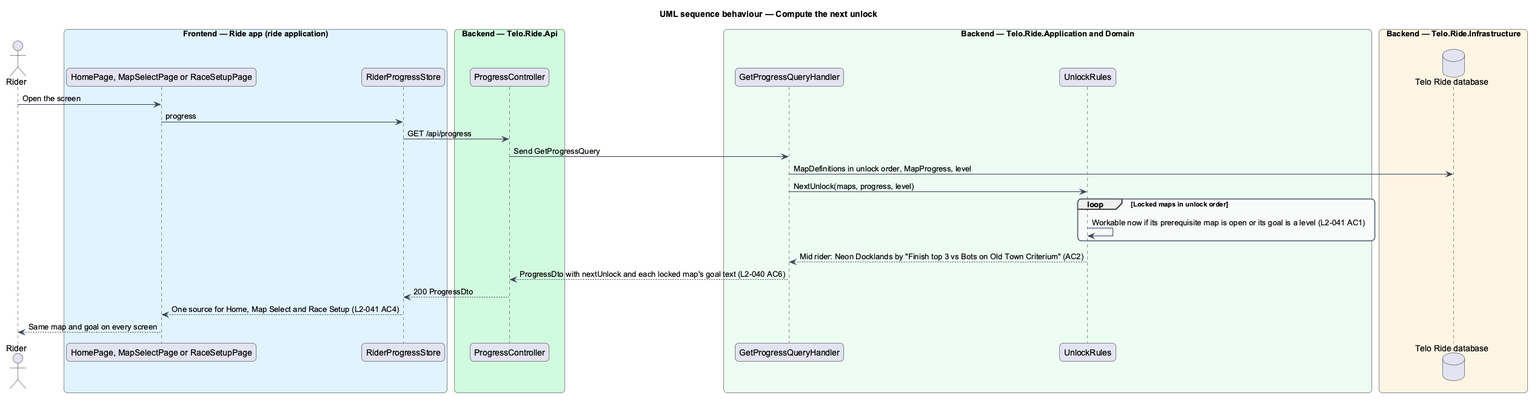
QuinntyneBrown/ride-one keeps this PlantUML diagram as docs/detailed-designs/progression/earn-stars-and-unlock-maps/diagrams/sequence-next-unlock.png. Above is the earlier version. The source it was exported from:
```plantuml
@startuml
title UML sequence behaviour — Compute the next unlock
skinparam backgroundColor #FFFFFF
skinparam shadowing false
skinparam roundcorner 12
skinparam defaultFontName Arial
skinparam ArrowColor #344054
skinparam rectangle {
  BorderColor #344054
  FontColor #101828
}
skinparam package {
  BorderColor #667085
  FontColor #101828
  BackgroundColor #F9FAFB
}
actor "Rider" as actor
box "Frontend — Ride app (ride application)" #E0F2FE
  participant "HomePage, MapSelectPage or RaceSetupPage" as page
  participant "RiderProgressStore" as store
end box
box "Backend — Telo.Ride.Api" #D1FADF
  participant "ProgressController" as ctrl
end box
box "Backend — Telo.Ride.Application and Domain" #ECFDF3
  participant "GetProgressQueryHandler" as handler
  participant "UnlockRules" as unlocks
end box
box "Backend — Telo.Ride.Infrastructure" #FFF4E5
  database "Telo Ride database" as db
end box
actor -> page : Open the screen
page -> store : progress
store -> ctrl : GET /api/progress
ctrl -> handler : Send GetProgressQuery
handler -> db : MapDefinitions in unlock order, MapProgress, level
handler -> unlocks : NextUnlock(maps, progress, level)
loop Locked maps in unlock order
  unlocks -> unlocks : Workable now if its prerequisite map is open or its goal is a level (L2-041 AC1)
end
unlocks --> handler : Mid rider: Neon Docklands by "Finish top 3 vs Bots on Old Town Criterium" (AC2)
handler --> ctrl : ProgressDto with nextUnlock and each locked map's goal text (L2-040 AC6)
ctrl --> store : 200 ProgressDto
store --> page : One source for Home, Map Select and Race Setup (L2-041 AC4)
page --> actor : Same map and goal on every screen
@enduml
```
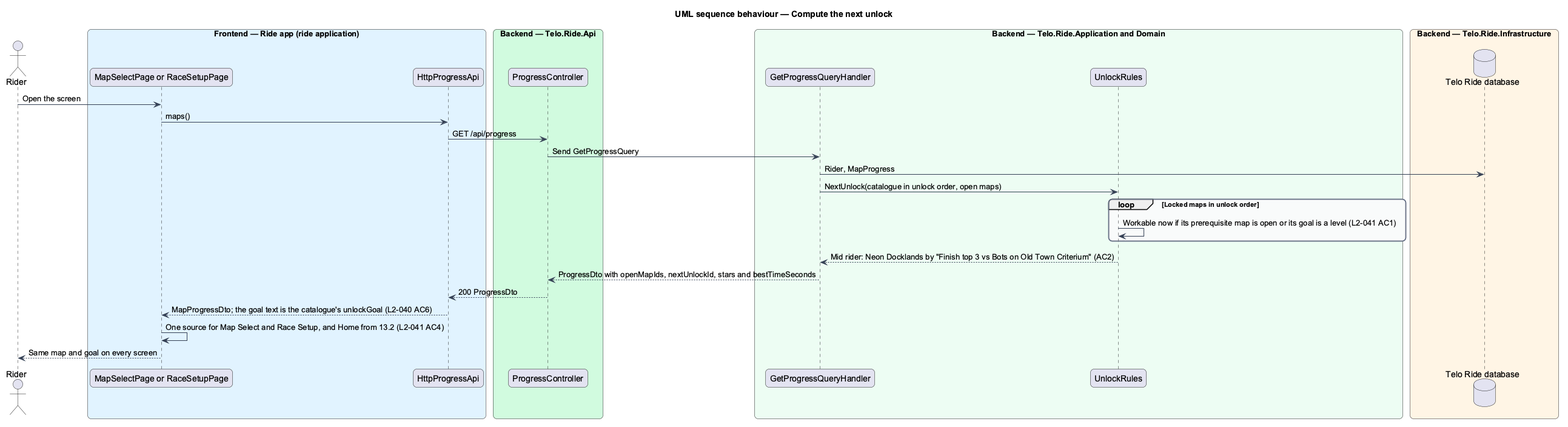
The same diagram one commit later.

Commit message:
Bring the stars and unlocks design in line with what was built

What changed in the source:
```diff
@@ -16,8 +16,8 @@
 }
 actor "Rider" as actor
 box "Frontend — Ride app (ride application)" #E0F2FE
-  participant "HomePage, MapSelectPage or RaceSetupPage" as page
-  participant "RiderProgressStore" as store
+  participant "MapSelectPage or RaceSetupPage" as page
+  participant "HttpProgressApi" as store
 end box
 box "Backend — Telo.Ride.Api" #D1FADF
   participant "ProgressController" as ctrl
@@ -30,17 +30,18 @@
   database "Telo Ride database" as db
 end box
 actor -> page : Open the screen
-page -> store : progress
+page -> store : maps()
 store -> ctrl : GET /api/progress
 ctrl -> handler : Send GetProgressQuery
-handler -> db : MapDefinitions in unlock order, MapProgress, level
-handler -> unlocks : NextUnlock(maps, progress, level)
+handler -> db : Rider, MapProgress
+handler -> unlocks : NextUnlock(catalogue in unlock order, open maps)
 loop Locked maps in unlock order
   unlocks -> unlocks : Workable now if its prerequisite map is open or its goal is a level (L2-041 AC1)
 end
 unlocks --> handler : Mid rider: Neon Docklands by "Finish top 3 vs Bots on Old Town Criterium" (AC2)
-handler --> ctrl : ProgressDto with nextUnlock and each locked map's goal text (L2-040 AC6)
+handler --> ctrl : ProgressDto with openMapIds, nextUnlockId, stars and bestTimeSeconds
 ctrl --> store : 200 ProgressDto
-store --> page : One source for Home, Map Select and Race Setup (L2-041 AC4)
+store --> page : MapProgressDto; the goal text is the catalogue's unlockGoal (L2-040 AC6)
+page -> page : One source for Map Select and Race Setup, and Home from 13.2 (L2-041 AC4)
 page --> actor : Same map and goal on every screen
 @enduml
```
